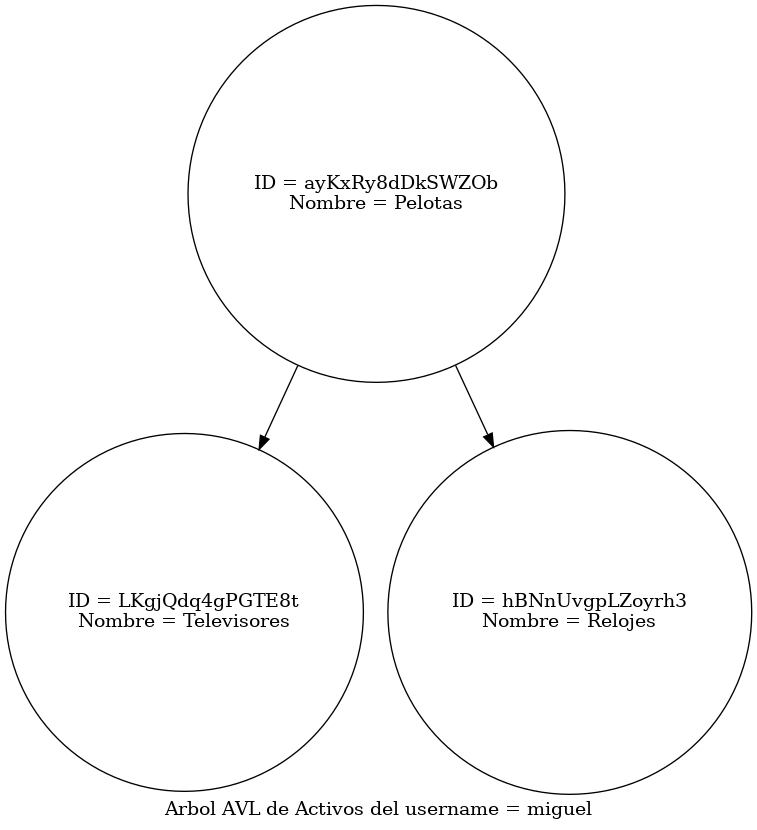
Earlier version of the Graphviz export src/Reportes/arbol_Usua.png (miguel-tubac/-EDD-Proyecto1_202101927). Its source is kept beside it as src/Reportes/arbol_Usua.dot. Its diagram source:
```dot
digraph AVLTree {
	label="Arbol AVL de Activos del username = miguel";
    node [shape=circle];
    "ayKxRy8dDkSWZOb" [label="ID = ayKxRy8dDkSWZOb\nNombre = Pelotas"];
    "ayKxRy8dDkSWZOb" -> "LKgjQdq4gPGTE8t";
    "LKgjQdq4gPGTE8t" [label="ID = LKgjQdq4gPGTE8t\nNombre = Televisores"];
    "ayKxRy8dDkSWZOb" -> "hBNnUvgpLZoyrh3";
    "hBNnUvgpLZoyrh3" [label="ID = hBNnUvgpLZoyrh3\nNombre = Relojes"];
}
```
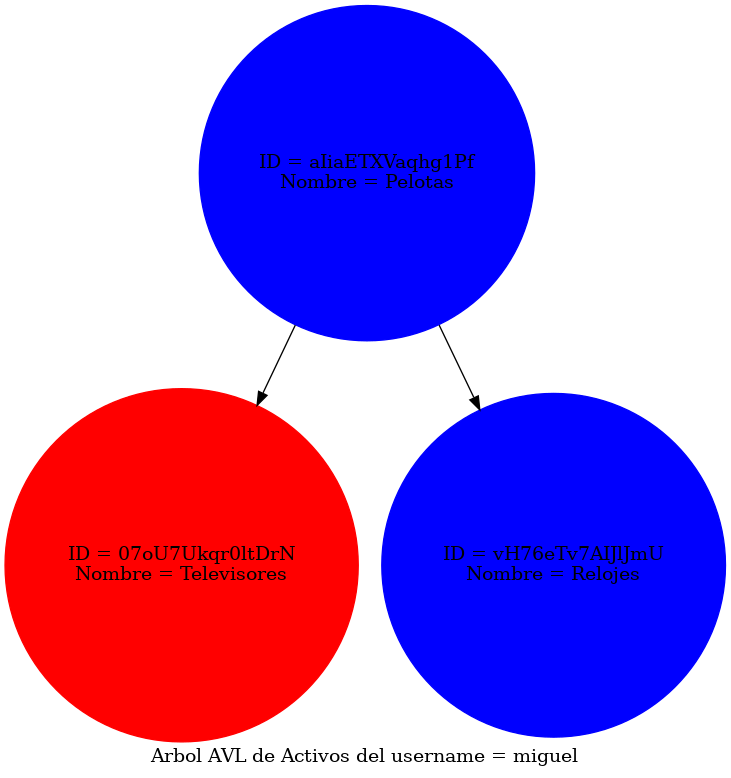
Above is the later version.

Change to the diagram source:
```diff
@@ -1,9 +1,9 @@
 digraph AVLTree {
 	label="Arbol AVL de Activos del username = miguel";
     node [shape=circle];
-    "ayKxRy8dDkSWZOb" [label="ID = ayKxRy8dDkSWZOb\nNombre = Pelotas"];
-    "ayKxRy8dDkSWZOb" -> "LKgjQdq4gPGTE8t";
-    "LKgjQdq4gPGTE8t" [label="ID = LKgjQdq4gPGTE8t\nNombre = Televisores"];
-    "ayKxRy8dDkSWZOb" -> "hBNnUvgpLZoyrh3";
-    "hBNnUvgpLZoyrh3" [label="ID = hBNnUvgpLZoyrh3\nNombre = Relojes"];
+    "aIiaETXVaqhg1Pf" [color= blue, style=filled label="ID = aIiaETXVaqhg1Pf\nNombre = Pelotas"];
+    "aIiaETXVaqhg1Pf" -> "07oU7Ukqr0ltDrN";
+    "07oU7Ukqr0ltDrN" [color= red, style=filled label="ID = 07oU7Ukqr0ltDrN\nNombre = Televisores"];
+    "aIiaETXVaqhg1Pf" -> "vH76eTv7AIJlJmU";
+    "vH76eTv7AIJlJmU" [color= blue, style=filled label="ID = vH76eTv7AIJlJmU\nNombre = Relojes"];
 }
```
